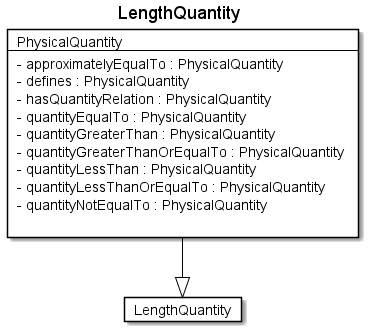
This is fragments/diagrams/LengthQuantity.png from rtigran/rdf2adoc, a PlantUML export, as it was before one commit.
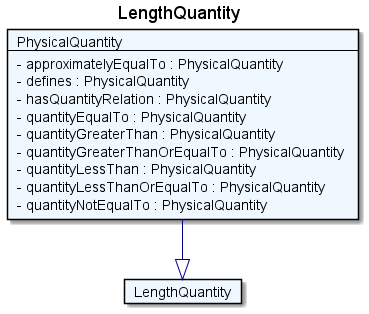
The same diagram one commit later.

Diff of the diagram source:
```diff
@@ -1,10 +1,10 @@
 @startuml
 Title LengthQuantity
 
-Card LengthQuantity #fff [
+Card LengthQuantity #F0F8FF [
 LengthQuantity
 ]
-Card PhysicalQuantity #fff [
+Card PhysicalQuantity #F0F8FF [
 PhysicalQuantity
 ----
 - approximatelyEqualTo : PhysicalQuantity
@@ -16,7 +16,6 @@
 - quantityLessThan : PhysicalQuantity
 - quantityLessThanOrEqualTo : PhysicalQuantity
 - quantityNotEqualTo : PhysicalQuantity
-
 ]
-PhysicalQuantity --|> LengthQuantity  #000
+PhysicalQuantity --|> LengthQuantity  #00008B
 @enduml
```
